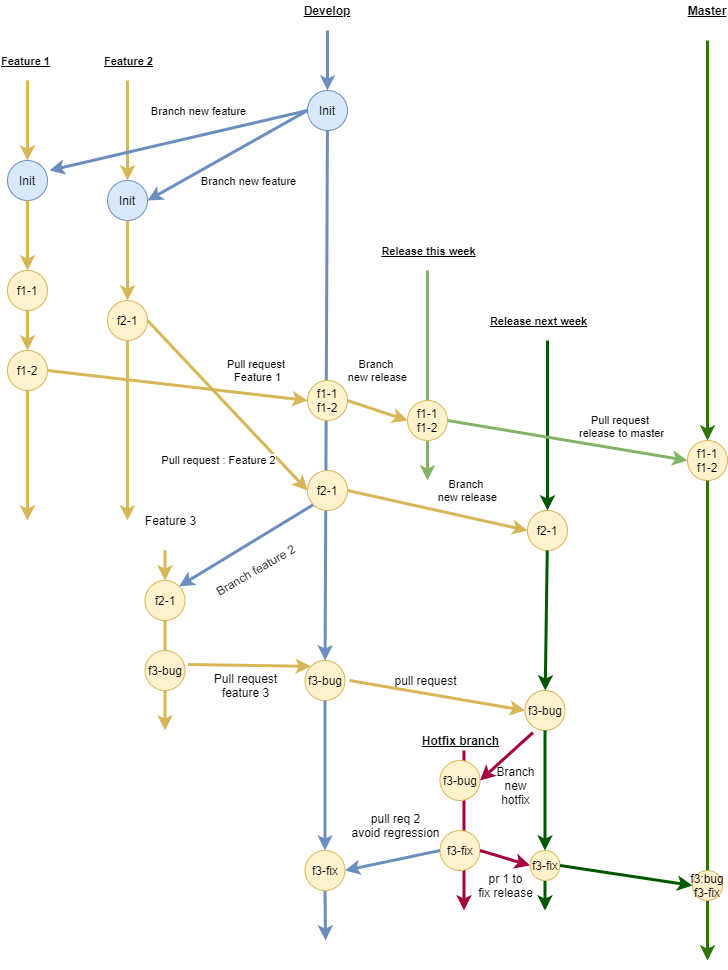
The draw.io diagram github.png in madhukiranbr/prod_release, before a commit. Source tidied: cells renumbered, new cells last; positions are measured from the earlier drawing's top-left corner, leaving out a move shared by most shapes.
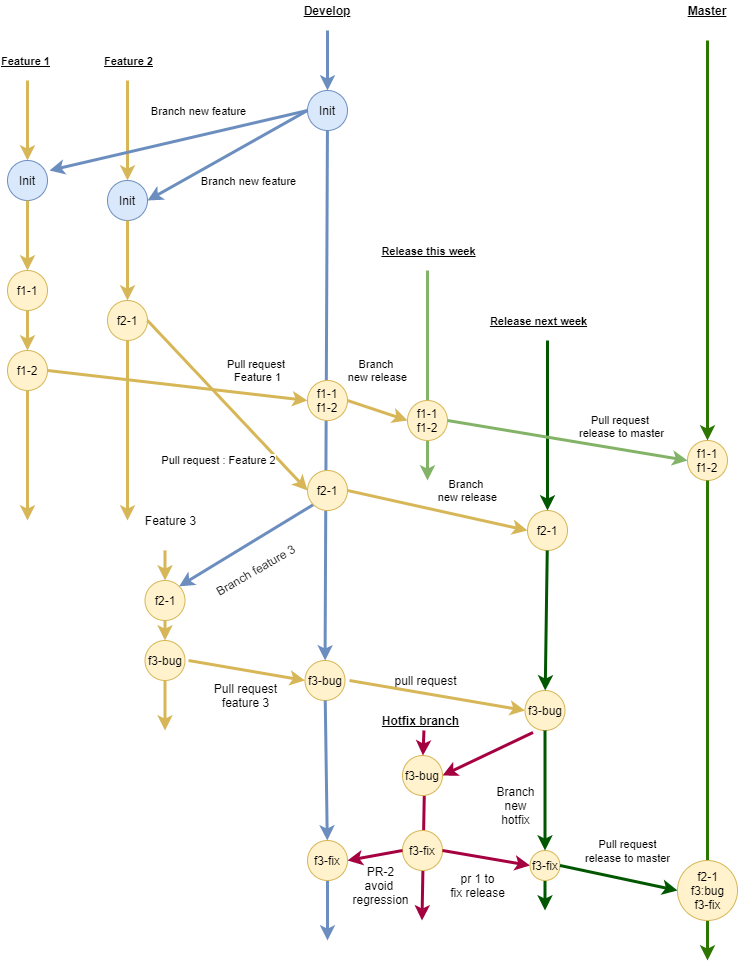
After the commit.

Commit message:
update git flow

Diff of the diagram source:
```diff
@@ -4,7 +4,7 @@
     <mxCell id="1" parent="0" />
     <mxCell id="2" style="endArrow=classic;html=1;strokeWidth=3;fillColor=#dae8fc;strokeColor=#6c8ebf;" parent="1" edge="1" source="70">
       <mxGeometry relative="1" as="geometry">
-        <mxPoint x="318" y="940" as="targetPoint" />
+        <mxPoint x="320" y="940" as="targetPoint" />
       </mxGeometry>
     </mxCell>
     <mxCell id="3" value="Develop" style="text;html=1;strokeColor=none;fillColor=none;align=center;verticalAlign=middle;whiteSpace=wrap;rounded=0;fontStyle=5;" parent="1" vertex="1">
@@ -169,7 +169,7 @@
         <mxPoint x="680" y="460" as="targetPoint" />
       </mxGeometry>
     </mxCell>
-    <mxCell id="44" style="endArrow=classic;html=1;strokeWidth=3;fillColor=#fff2cc;strokeColor=#d6b656;" parent="1" edge="1" source="46">
+    <mxCell id="44" style="endArrow=classic;html=1;strokeWidth=3;fillColor=#fff2cc;strokeColor=#d6b656;" parent="1" edge="1" source="49">
       <mxGeometry relative="1" as="geometry">
         <mxPoint x="157.5" y="730" as="targetPoint" />
       </mxGeometry>
@@ -188,16 +188,15 @@
     <mxCell id="48" style="endArrow=classic;html=1;strokeColor=#6c8ebf;strokeWidth=3;exitX=0;exitY=1;exitDx=0;exitDy=0;entryX=1;entryY=0;entryDx=0;entryDy=0;fillColor=#dae8fc;" parent="1" edge="1" source="75" target="46">
       <mxGeometry relative="1" as="geometry" />
     </mxCell>
-    <mxCell id="49" value="f3-bug" style="ellipse;whiteSpace=wrap;html=1;fillColor=#fff2cc;strokeColor=#d6b656;" parent="1" vertex="1">
-      <mxGeometry x="137.5" y="650" width="40" height="40" as="geometry" />
-    </mxCell>
-    <mxCell id="50" style="endArrow=classic;html=1;strokeColor=#d6b656;strokeWidth=3;exitX=1.075;exitY=0.35;exitDx=0;exitDy=0;exitPerimeter=0;fillColor=#fff2cc;entryX=0;entryY=0;entryDx=0;entryDy=0;" parent="1" edge="1" source="49" target="60">
-      <mxGeometry relative="1" as="geometry" />
+    <mxCell id="50" style="endArrow=classic;html=1;strokeColor=#d6b656;strokeWidth=3;fillColor=#fff2cc;entryX=0;entryY=0.5;entryDx=0;entryDy=0;" parent="1" edge="1" target="60">
+      <mxGeometry relative="1" as="geometry">
+        <mxPoint x="181" y="660" as="sourcePoint" />
+      </mxGeometry>
     </mxCell>
     <mxCell id="51" value="Pull request&lt;br&gt;feature 3" style="text;html=1;align=center;verticalAlign=middle;" parent="1" vertex="1">
-      <mxGeometry x="197.5" y="670" width="80" height="30" as="geometry" />
+      <mxGeometry x="197.5" y="680" width="80" height="30" as="geometry" />
     </mxCell>
-    <mxCell id="52" value="Branch feature 2" style="text;html=1;align=center;verticalAlign=middle;rotation=-30;" parent="1" vertex="1">
+    <mxCell id="52" value="Branch feature 3" style="text;html=1;align=center;verticalAlign=middle;rotation=-30;" parent="1" vertex="1">
       <mxGeometry x="197.5" y="560" width="100" height="20" as="geometry" />
     </mxCell>
     <mxCell id="53" style="endArrow=classic;html=1;strokeColor=#d6b656;strokeWidth=3;fillColor=#fff2cc;entryX=0;entryY=0.5;entryDx=0;entryDy=0;" parent="1" edge="1" target="54">
@@ -211,16 +210,13 @@
     <mxCell id="55" style="endArrow=classic;html=1;strokeWidth=3;fillColor=#008a00;strokeColor=#005700;" parent="1" edge="1" source="35" target="54">
       <mxGeometry relative="1" as="geometry" />
     </mxCell>
-    <mxCell id="56" style="endArrow=classic;html=1;strokeWidth=3;fillColor=#d80073;strokeColor=#A50040;exitX=0.544;exitY=1;exitDx=0;exitDy=0;exitPerimeter=0;" parent="1" edge="1" source="58">
+    <mxCell id="56" style="endArrow=classic;html=1;strokeWidth=3;fillColor=#d80073;strokeColor=#A50040;exitX=0.544;exitY=1;exitDx=0;exitDy=0;exitPerimeter=0;" parent="1" edge="1" source="57">
       <mxGeometry relative="1" as="geometry">
-        <mxPoint x="456.5" y="910" as="targetPoint" />
+        <mxPoint x="414.5" y="920" as="targetPoint" />
       </mxGeometry>
     </mxCell>
-    <mxCell id="57" value="f3-bug" style="ellipse;whiteSpace=wrap;html=1;fillColor=#fff2cc;strokeColor=#d6b656;" parent="1" vertex="1">
-      <mxGeometry x="432.5" y="760" width="40" height="40" as="geometry" />
-    </mxCell>
     <mxCell id="58" value="Hotfix branch" style="text;html=1;align=center;verticalAlign=middle;points=[];fontStyle=5;" parent="1" vertex="1">
-      <mxGeometry x="407.5" y="730" width="90" height="20" as="geometry" />
+      <mxGeometry x="367.5" y="710" width="90" height="20" as="geometry" />
     </mxCell>
     <mxCell id="59" style="endArrow=classic;html=1;strokeColor=#A50040;strokeWidth=3;exitX=0.2;exitY=1.05;exitDx=0;exitDy=0;exitPerimeter=0;entryX=1;entryY=0.5;entryDx=0;entryDy=0;fillColor=#d80073;" parent="1" edge="1" source="54" target="57">
       <mxGeometry relative="1" as="geometry" />
@@ -235,10 +231,10 @@
       <mxGeometry x="377.5" y="670" width="80" height="20" as="geometry" />
     </mxCell>
     <mxCell id="63" value="Branch&lt;br&gt;new&lt;br&gt;hotfix" style="text;html=1;align=center;verticalAlign=middle;" parent="1" vertex="1">
-      <mxGeometry x="482.5" y="760" width="50" height="50" as="geometry" />
+      <mxGeometry x="482.5" y="780" width="50" height="50" as="geometry" />
     </mxCell>
     <mxCell id="64" value="f3-fix" style="ellipse;whiteSpace=wrap;html=1;fillColor=#fff2cc;strokeColor=#d6b656;" parent="1" vertex="1">
-      <mxGeometry x="432.5" y="830" width="40" height="40" as="geometry" />
+      <mxGeometry x="395" y="830" width="40" height="40" as="geometry" />
     </mxCell>
     <mxCell id="65" style="endArrow=classic;html=1;strokeColor=#A50040;strokeWidth=3;exitX=1;exitY=0.5;exitDx=0;exitDy=0;fillColor=#d80073;entryX=0;entryY=0.5;entryDx=0;entryDy=0;" parent="1" edge="1" source="64" target="66">
       <mxGeometry relative="1" as="geometry" />
@@ -252,20 +248,20 @@
     <mxCell id="68" style="endArrow=classic;html=1;strokeColor=#005700;strokeWidth=3;exitX=1;exitY=0.5;exitDx=0;exitDy=0;fillColor=#008a00;entryX=0;entryY=0.5;entryDx=0;entryDy=0;" parent="1" edge="1" source="66" target="77">
       <mxGeometry relative="1" as="geometry" />
     </mxCell>
-    <mxCell id="69" style="endArrow=classic;html=1;strokeColor=#6c8ebf;strokeWidth=3;exitX=0;exitY=0.5;exitDx=0;exitDy=0;fillColor=#dae8fc;entryX=1;entryY=0.5;entryDx=0;entryDy=0;" parent="1" edge="1" source="64" target="70">
+    <mxCell id="69" style="endArrow=classic;html=1;strokeColor=#A50040;strokeWidth=3;exitX=0;exitY=0.5;exitDx=0;exitDy=0;fillColor=#d80073;entryX=1;entryY=0.5;entryDx=0;entryDy=0;" parent="1" edge="1" source="64" target="70">
       <mxGeometry relative="1" as="geometry" />
     </mxCell>
     <mxCell id="70" value="f3-fix" style="ellipse;whiteSpace=wrap;html=1;fillColor=#fff2cc;strokeColor=#d6b656;" parent="1" vertex="1">
-      <mxGeometry x="297.5" y="850" width="40" height="40" as="geometry" />
+      <mxGeometry x="300" y="840" width="40" height="40" as="geometry" />
     </mxCell>
     <mxCell id="71" style="endArrow=classic;html=1;strokeWidth=3;fillColor=#dae8fc;strokeColor=#6c8ebf;" parent="1" edge="1" source="60" target="70">
       <mxGeometry relative="1" as="geometry" />
     </mxCell>
-    <mxCell id="72" value="pull req 2&lt;br&gt;avoid regression" style="text;html=1;align=center;verticalAlign=middle;" parent="1" vertex="1">
-      <mxGeometry x="337.5" y="810" width="100" height="30" as="geometry" />
+    <mxCell id="72" value="PR-2&lt;br&gt;avoid &lt;br&gt;regression" style="text;html=1;align=center;verticalAlign=middle;" parent="1" vertex="1">
+      <mxGeometry x="337.5" y="860" width="70" height="50" as="geometry" />
     </mxCell>
     <mxCell id="73" value="pr 1 to&lt;br&gt;fix release" style="text;html=1;align=center;verticalAlign=middle;" parent="1" vertex="1">
-      <mxGeometry x="462.5" y="870" width="70" height="30" as="geometry" />
+      <mxGeometry x="435" y="870" width="70" height="30" as="geometry" />
     </mxCell>
     <mxCell id="74" value="f1-1&lt;br&gt;f1-2" style="ellipse;whiteSpace=wrap;html=1;fillColor=#fff2cc;strokeColor=#d6b656;" parent="1" vertex="1">
       <mxGeometry x="300" y="380" width="40" height="40" as="geometry" />
@@ -278,8 +274,26 @@
         <mxPoint x="700" y="960" as="targetPoint" />
       </mxGeometry>
     </mxCell>
-    <mxCell id="77" value="f3:bug&lt;br&gt;f3-fix" style="ellipse;whiteSpace=wrap;html=1;fillColor=#fff2cc;strokeColor=#d6b656;" parent="1" vertex="1">
-      <mxGeometry x="685" y="870" width="30" height="30" as="geometry" />
+    <mxCell id="77" style="ellipse;whiteSpace=wrap;html=1;fillColor=#fff2cc;strokeColor=#d6b656;" parent="1" vertex="1">
+      <mxGeometry x="670" y="860" width="60" height="60" as="geometry" />
     </mxCell>
+    <mxCell id="57" value="f3-bug" style="ellipse;whiteSpace=wrap;html=1;fillColor=#fff2cc;strokeColor=#d6b656;" parent="1" vertex="1">
+      <mxGeometry x="395" y="755" width="40" height="40" as="geometry" />
+    </mxCell>
+    <mxCell id="78" style="endArrow=classic;html=1;strokeWidth=3;fillColor=#d80073;strokeColor=#A50040;exitX=0.544;exitY=1;exitDx=0;exitDy=0;exitPerimeter=0;" parent="1" edge="1" source="58" target="57">
+      <mxGeometry relative="1" as="geometry" />
+    </mxCell>
+    <mxCell id="79" value="&lt;span&gt;f2-1&lt;br&gt;f3:bug&lt;/span&gt;&lt;br&gt;&lt;span&gt;f3-fix&lt;/span&gt;" style="text;html=1;align=center;verticalAlign=middle;" parent="1" vertex="1">
+      <mxGeometry x="675" y="865" width="50" height="50" as="geometry" />
+    </mxCell>
+    <mxCell id="49" value="f3-bug" style="ellipse;whiteSpace=wrap;html=1;fillColor=#fff2cc;strokeColor=#d6b656;" parent="1" vertex="1">
+      <mxGeometry x="137.5" y="640" width="40" height="40" as="geometry" />
+    </mxCell>
+    <mxCell id="80" style="endArrow=classic;html=1;strokeWidth=3;fillColor=#fff2cc;strokeColor=#d6b656;" parent="1" edge="1" source="46" target="49">
+      <mxGeometry relative="1" as="geometry" />
+    </mxCell>
+    <mxCell id="81" value="&lt;span style=&quot;font-size: 11px ; background-color: rgb(255 , 255 , 255)&quot;&gt;Pull request&lt;/span&gt;&lt;br style=&quot;font-size: 11px&quot;&gt;&lt;span style=&quot;font-size: 11px ; background-color: rgb(255 , 255 , 255)&quot;&gt;release to master&lt;/span&gt;" style="text;html=1;align=center;verticalAlign=middle;" parent="1" vertex="1">
+      <mxGeometry x="570" y="835" width="100" height="30" as="geometry" />
+    </mxCell>
   </root>
 </mxGraphModel>
```
